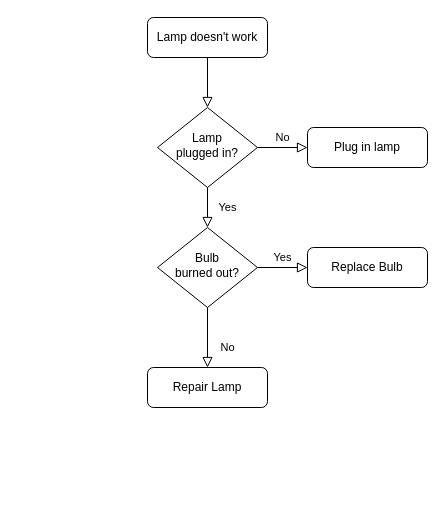
Before: Untitled Diagram.drawio in St33lMagnolia/test-anything, a draw.io diagram. Source tidied: cells renumbered, new cells numbered last; positions are measured from the earlier drawing's top-left corner, leaving out a move shared by most shapes. Both pictures are drawn from the tidied source at 100%, with x=0, y=0 at pixel (147, 17).
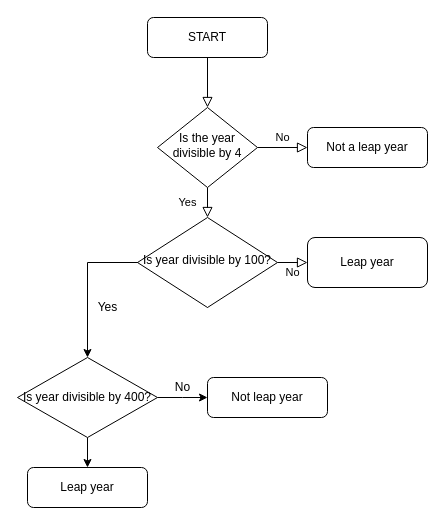
The same diagram, later.

Commit message:
leap year flowchart.drawio

The edit, as a diff of the source:
```diff
@@
-    <mxCell id="3" value="Lamp doesn't work" style="rounded=1;whiteSpace=wrap;html=1;fontSize=12;glass=0;strokeWidth=1;shadow=0;" parent="1" vertex="1">
+    <mxCell id="3" value="START" style="rounded=1;whiteSpace=wrap;html=1;fontSize=12;glass=0;strokeWidth=1;shadow=0;" parent="1" vertex="1">
       <mxGeometry width="120" height="40" as="geometry" />
     </mxCell>
@@
-    <mxCell id="6" value="Lamp&lt;br&gt;plugged in?" style="rhombus;whiteSpace=wrap;html=1;shadow=0;fontFamily=Helvetica;fontSize=12;align=center;strokeWidth=1;spacing=6;spacingTop=-4;" parent="1" vertex="1">
+    <mxCell id="6" value="Is the year divisible by 4" style="rhombus;whiteSpace=wrap;html=1;shadow=0;fontFamily=Helvetica;fontSize=12;align=center;strokeWidth=1;spacing=6;spacingTop=-4;" parent="1" vertex="1">
       <mxGeometry x="10" y="90" width="100" height="80" as="geometry" />
     </mxCell>
-    <mxCell id="7" value="Plug in lamp" style="rounded=1;whiteSpace=wrap;html=1;fontSize=12;glass=0;strokeWidth=1;shadow=0;" parent="1" vertex="1">
+    <mxCell id="7" value="Not a leap year" style="rounded=1;whiteSpace=wrap;html=1;fontSize=12;glass=0;strokeWidth=1;shadow=0;" parent="1" vertex="1">
       <mxGeometry x="160" y="110" width="120" height="40" as="geometry" />
     </mxCell>
-    <mxCell id="8" value="No" style="rounded=0;html=1;jettySize=auto;fontSize=11;endArrow=block;endFill=0;endSize=8;strokeWidth=1;shadow=0;labelBackgroundColor=none;edgeStyle=orthogonalEdgeStyle;" parent="1" edge="1" source="10" target="11">
-      <mxGeometry x="0.33" y="20" relative="1" as="geometry" />
-    </mxCell>
-    <mxCell id="9" value="Yes" style="edgeStyle=orthogonalEdgeStyle;rounded=0;html=1;jettySize=auto;fontSize=11;endArrow=block;endFill=0;endSize=8;strokeWidth=1;shadow=0;labelBackgroundColor=none;" parent="1" edge="1" source="10" target="12">
+    <mxCell id="9" value="No" style="edgeStyle=orthogonalEdgeStyle;rounded=0;html=1;jettySize=auto;fontSize=11;endArrow=block;endFill=0;endSize=8;strokeWidth=1;shadow=0;labelBackgroundColor=none;" parent="1" edge="1" source="10" target="12">
       <mxGeometry y="10" relative="1" as="geometry" />
     </mxCell>
+    <mxCell id="13" style="edgeStyle=orthogonalEdgeStyle;rounded=0;jettySize=auto;html=1;exitX=0.5;exitY=1;exitDx=0;exitDy=0;" parent="1" edge="1" source="10" target="16">
+      <mxGeometry relative="1" as="geometry">
+        <Array as="points">
+          <mxPoint x="60" y="245" />
+          <mxPoint x="-60" y="245" />
+        </Array>
+      </mxGeometry>
+    </mxCell>
-    <mxCell id="10" value="Bulb&lt;br&gt;burned out?" style="rhombus;whiteSpace=wrap;html=1;shadow=0;fontFamily=Helvetica;fontSize=12;align=center;strokeWidth=1;spacing=6;spacingTop=-4;" parent="1" vertex="1">
-      <mxGeometry x="10" y="210" width="100" height="80" as="geometry" />
+    <mxCell id="10" value="Is year divisible by 100?" style="rhombus;whiteSpace=wrap;html=1;shadow=0;fontFamily=Helvetica;fontSize=12;align=center;strokeWidth=1;spacing=6;spacingTop=-4;" parent="1" vertex="1">
+      <mxGeometry x="-10" y="200" width="140" height="90" as="geometry" />
     </mxCell>
-    <mxCell id="11" value="Repair Lamp" style="rounded=1;whiteSpace=wrap;html=1;fontSize=12;glass=0;strokeWidth=1;shadow=0;" parent="1" vertex="1">
-      <mxGeometry y="350" width="120" height="40" as="geometry" />
+    <mxCell id="11" value="Leap year" style="rounded=1;whiteSpace=wrap;html=1;fontSize=12;glass=0;strokeWidth=1;shadow=0;" parent="1" vertex="1">
+      <mxGeometry x="-120" y="450" width="120" height="40" as="geometry" />
     </mxCell>
-    <mxCell id="12" value="Replace Bulb" style="rounded=1;whiteSpace=wrap;html=1;fontSize=12;glass=0;strokeWidth=1;shadow=0;" parent="1" vertex="1">
-      <mxGeometry x="160" y="230" width="120" height="40" as="geometry" />
+    <mxCell id="12" value="Leap year" style="rounded=1;whiteSpace=wrap;html=1;fontSize=12;glass=0;strokeWidth=1;shadow=0;" parent="1" vertex="1">
+      <mxGeometry x="160" y="220" width="120" height="50" as="geometry" />
     </mxCell>
+    <mxCell id="14" style="edgeStyle=orthogonalEdgeStyle;rounded=0;jettySize=auto;html=1;" parent="1" edge="1" source="16">
+      <mxGeometry relative="1" as="geometry">
+        <mxPoint x="60" y="380" as="targetPoint" />
+      </mxGeometry>
+    </mxCell>
+    <mxCell id="15" style="edgeStyle=orthogonalEdgeStyle;rounded=0;jettySize=auto;html=1;exitX=0.5;exitY=1;exitDx=0;exitDy=0;" parent="1" edge="1" source="16">
+      <mxGeometry relative="1" as="geometry">
+        <mxPoint x="-60" y="450" as="targetPoint" />
+      </mxGeometry>
+    </mxCell>
+    <mxCell id="16" value="Is year divisible by 400?" style="rhombus;whiteSpace=wrap;html=1;" parent="1" vertex="1">
+      <mxGeometry x="-130" y="340" width="140" height="80" as="geometry" />
+    </mxCell>
+    <mxCell id="17" value="Yes" style="text;html=1;align=center;verticalAlign=middle;" parent="1" vertex="1">
+      <mxGeometry x="-60" y="280" width="40" height="20" as="geometry" />
+    </mxCell>
+    <mxCell id="8" value="No" style="text;html=1;align=center;verticalAlign=middle;" parent="1" vertex="1">
+      <mxGeometry x="20" y="360" width="30" height="20" as="geometry" />
+    </mxCell>
+    <mxCell id="18" value="Not leap year" style="rounded=1;whiteSpace=wrap;html=1;fontSize=12;glass=0;strokeWidth=1;shadow=0;" parent="1" vertex="1">
+      <mxGeometry x="60" y="360" width="120" height="40" as="geometry" />
+    </mxCell>
```
